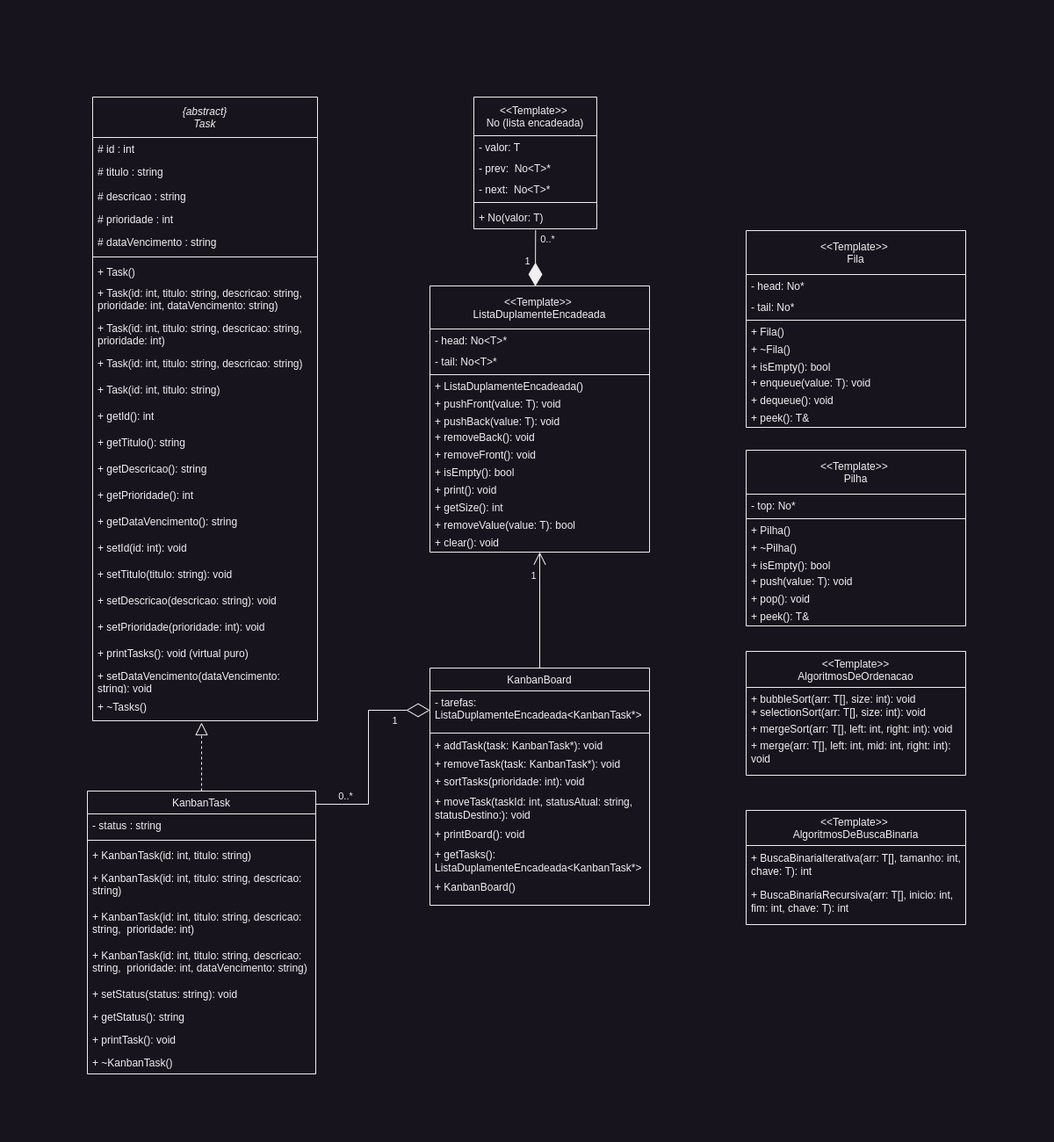
matheusvidal21/Kanban keeps this draw.io diagram as docs/diagramaKanban.png. Above is the earlier version. Source tidied: cells renumbered, new cells last; positions are measured from the earlier drawing's top-left corner, leaving out a move shared by most shapes.
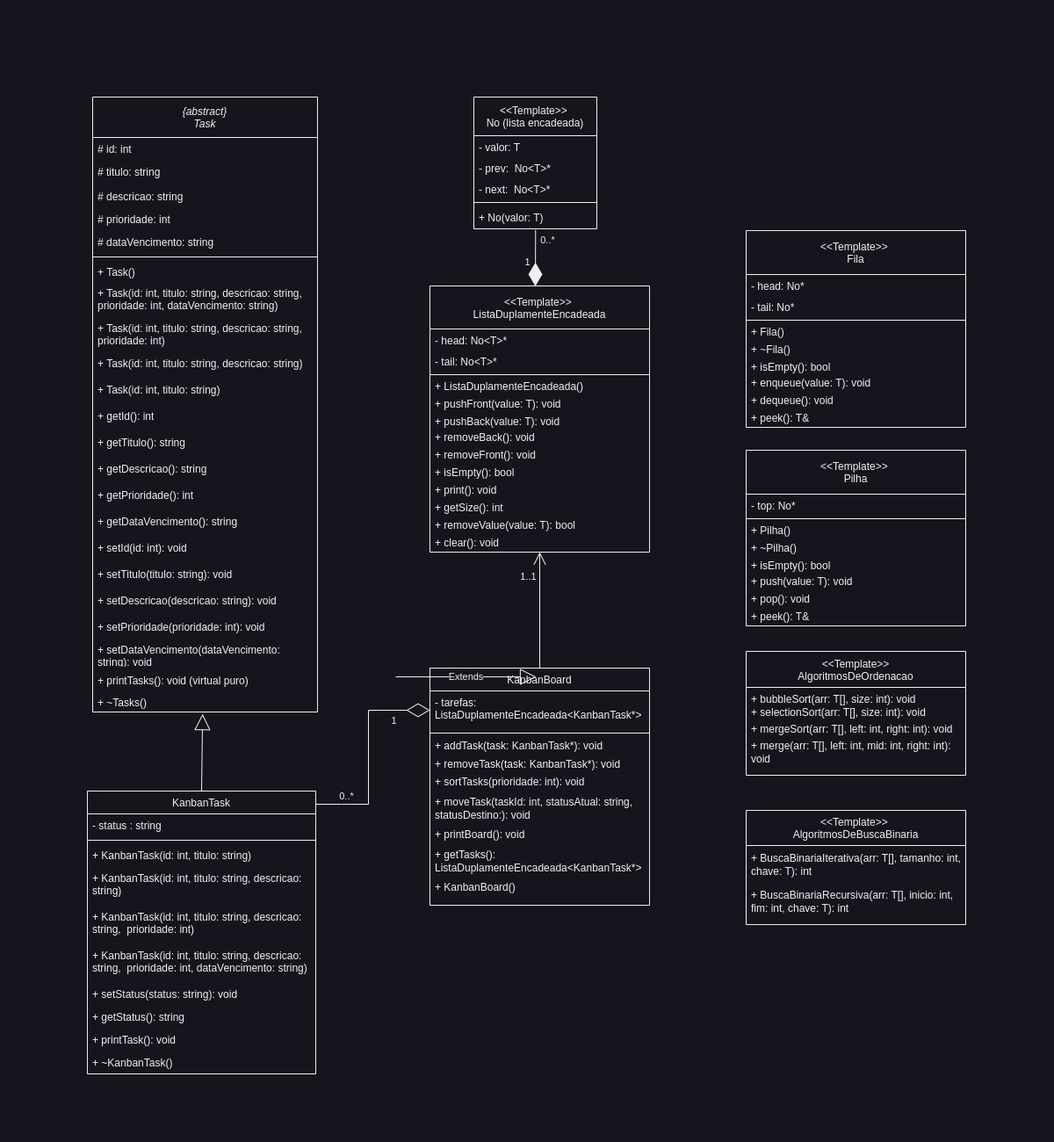
Later version of the same file.

Commit message:
Diagrama alterado

Diff of the diagram source:
```diff
@@ -3,21 +3,21 @@
     <mxCell id="0" />
     <mxCell id="1" parent="0" />
     <mxCell id="2" value="{abstract} &#10;Task" style="swimlane;fontStyle=2;align=center;verticalAlign=middle;horizontal=1;startSize=46;rounded=0;shadow=0;strokeWidth=1;" parent="1" vertex="1">
-      <mxGeometry x="6" width="256" height="710" as="geometry" />
+      <mxGeometry x="6" width="256" height="700" as="geometry" />
     </mxCell>
-    <mxCell id="3" value="# id : int" style="text;align=left;verticalAlign=top;spacingLeft=4;spacingRight=4;overflow=hidden;" parent="2" vertex="1">
+    <mxCell id="3" value="# id: int" style="text;align=left;verticalAlign=top;spacingLeft=4;spacingRight=4;overflow=hidden;" parent="2" vertex="1">
       <mxGeometry y="46" width="256" height="26" as="geometry" />
     </mxCell>
-    <mxCell id="4" value="# titulo : string" style="text;align=left;verticalAlign=top;spacingLeft=4;spacingRight=4;overflow=hidden;rounded=0;shadow=0;html=0;" parent="2" vertex="1">
+    <mxCell id="4" value="# titulo: string" style="text;align=left;verticalAlign=top;spacingLeft=4;spacingRight=4;overflow=hidden;rounded=0;shadow=0;html=0;" parent="2" vertex="1">
       <mxGeometry y="72" width="256" height="28" as="geometry" />
     </mxCell>
-    <mxCell id="5" value="# descricao : string&#10;" style="text;align=left;verticalAlign=top;spacingLeft=4;spacingRight=4;overflow=hidden;rounded=0;shadow=0;html=0;" parent="2" vertex="1">
+    <mxCell id="5" value="# descricao: string&#10;" style="text;align=left;verticalAlign=top;spacingLeft=4;spacingRight=4;overflow=hidden;rounded=0;shadow=0;html=0;" parent="2" vertex="1">
       <mxGeometry y="100" width="256" height="26" as="geometry" />
     </mxCell>
-    <mxCell id="6" value="# prioridade : int" style="text;align=left;verticalAlign=top;spacingLeft=4;spacingRight=4;overflow=hidden;rounded=0;shadow=0;html=0;" parent="2" vertex="1">
+    <mxCell id="6" value="# prioridade: int" style="text;align=left;verticalAlign=top;spacingLeft=4;spacingRight=4;overflow=hidden;rounded=0;shadow=0;html=0;" parent="2" vertex="1">
       <mxGeometry y="126" width="256" height="26" as="geometry" />
     </mxCell>
-    <mxCell id="7" value="# dataVencimento : string" style="text;align=left;verticalAlign=top;spacingLeft=4;spacingRight=4;overflow=hidden;rounded=0;shadow=0;html=0;" parent="2" vertex="1">
+    <mxCell id="7" value="# dataVencimento: string" style="text;align=left;verticalAlign=top;spacingLeft=4;spacingRight=4;overflow=hidden;rounded=0;shadow=0;html=0;" parent="2" vertex="1">
       <mxGeometry y="152" width="256" height="26" as="geometry" />
     </mxCell>
     <mxCell id="8" style="line;html=1;strokeWidth=1;align=left;verticalAlign=middle;spacingTop=-1;spacingLeft=3;spacingRight=3;labelPosition=right;" parent="2" vertex="1">
@@ -65,14 +65,14 @@
     <mxCell id="22" value="+ setPrioridade(prioridade: int): void" style="text;align=left;verticalAlign=top;spacingLeft=4;spacingRight=4;overflow=hidden;rounded=0;shadow=0;html=0;whiteSpace=wrap;" parent="2" vertex="1">
       <mxGeometry y="590" width="256" height="30" as="geometry" />
     </mxCell>
+    <mxCell id="24" value=" + setDataVencimento(dataVencimento: string): void " style="text;align=left;verticalAlign=middle;spacingLeft=4;spacingRight=4;overflow=hidden;rounded=0;shadow=0;html=0;whiteSpace=wrap;" parent="2" vertex="1">
+      <mxGeometry y="620" width="256" height="30" as="geometry" />
+    </mxCell>
-    <mxCell id="23" value=" + printTasks(): void (virtual puro)" style="text;align=left;verticalAlign=top;spacingLeft=4;spacingRight=4;overflow=hidden;rounded=0;shadow=0;html=0;whiteSpace=wrap;" parent="2" vertex="1">
-      <mxGeometry y="620" width="256" height="30" as="geometry" />
+    <mxCell id="23" value=" + printTasks(): void (virtual puro)" style="text;align=left;verticalAlign=middle;spacingLeft=4;spacingRight=4;overflow=hidden;rounded=0;shadow=0;html=0;whiteSpace=wrap;" parent="2" vertex="1">
+      <mxGeometry y="650" width="256" height="30" as="geometry" />
     </mxCell>
-    <mxCell id="24" value=" + setDataVencimento(dataVencimento: string): void " style="text;align=left;verticalAlign=middle;spacingLeft=4;spacingRight=4;overflow=hidden;rounded=0;shadow=0;html=0;whiteSpace=wrap;" parent="2" vertex="1">
-      <mxGeometry y="650" width="256" height="30" as="geometry" />
-    </mxCell>
     <mxCell id="25" value=" + ~Tasks()" style="text;align=left;verticalAlign=middle;spacingLeft=4;spacingRight=4;overflow=hidden;points=[[0,0.5],[1,0.5]];portConstraint=eastwest;rounded=0;shadow=0;html=0;whiteSpace=wrap;" parent="2" vertex="1">
-      <mxGeometry y="680" width="256" height="30" as="geometry" />
+      <mxGeometry y="680" width="256" height="20" as="geometry" />
     </mxCell>
     <mxCell id="26" value="KanbanTask" style="swimlane;fontStyle=0;align=center;verticalAlign=top;horizontal=1;startSize=26;rounded=0;shadow=0;strokeWidth=1;" parent="1" vertex="1">
       <mxGeometry y="790" width="260" height="322" as="geometry" />
@@ -290,9 +290,9 @@
     <mxCell id="92" style="endArrow=open;endFill=1;endSize=12;html=1;rounded=0;exitX=0.5;exitY=0;exitDx=0;exitDy=0;entryX=0.5;entryY=1;entryDx=0;entryDy=0;" parent="1" edge="1" source="37" target="53">
       <mxGeometry relative="1" as="geometry" />
     </mxCell>
-    <mxCell id="93" value="1" style="edgeLabel;html=1;align=center;verticalAlign=middle;" parent="92" vertex="1">
+    <mxCell id="93" value="1..1" style="edgeLabel;html=1;align=center;verticalAlign=middle;" parent="92" vertex="1">
       <mxGeometry x="0.6" y="3" relative="1" as="geometry">
-        <mxPoint x="-5" as="offset" />
+        <mxPoint x="-11" y="1" as="offset" />
       </mxGeometry>
     </mxCell>
     <mxCell id="94" value="&lt;&lt;Template&gt;&gt; &#10;AlgoritmosDeBuscaBinaria" style="swimlane;fontStyle=0;align=center;verticalAlign=middle;horizontal=1;startSize=40;rounded=0;shadow=0;strokeWidth=1;" parent="1" vertex="1">
@@ -319,10 +319,14 @@
     <mxCell id="101" value="+ merge(arr: T[], left: int, mid: int, right: int): void" style="text;align=left;verticalAlign=middle;spacingLeft=4;spacingRight=4;overflow=hidden;horizontal=1;whiteSpace=wrap;" parent="97" vertex="1">
       <mxGeometry y="97" width="250" height="36" as="geometry" />
     </mxCell>
-    <mxCell id="102" style="endArrow=block;dashed=1;endFill=0;endSize=12;html=1;rounded=0;exitX=0.5;exitY=0;exitDx=0;exitDy=0;" parent="1" edge="1" source="26">
-      <mxGeometry relative="1" as="geometry">
-        <mxPoint x="130" y="712" as="targetPoint" />
-      </mxGeometry>
-    </mxCell>
+    <mxCell id="103" value="Extends" style="endArrow=block;endSize=16;endFill=0;html=1;rounded=0;" parent="1" edge="1">
+      <mxGeometry relative="1" as="geometry">
+        <mxPoint x="351" y="660" as="sourcePoint" />
+        <mxPoint x="511" y="660" as="targetPoint" />
+      </mxGeometry>
+    </mxCell>
+    <mxCell id="104" style="endArrow=block;endSize=16;endFill=0;html=1;rounded=0;exitX=0.5;exitY=0;exitDx=0;exitDy=0;entryX=0.489;entryY=1.107;entryDx=0;entryDy=0;entryPerimeter=0;" parent="1" edge="1" source="26" target="25">
+      <mxGeometry relative="1" as="geometry" />
+    </mxCell>
   </root>
 </mxGraphModel>
```
